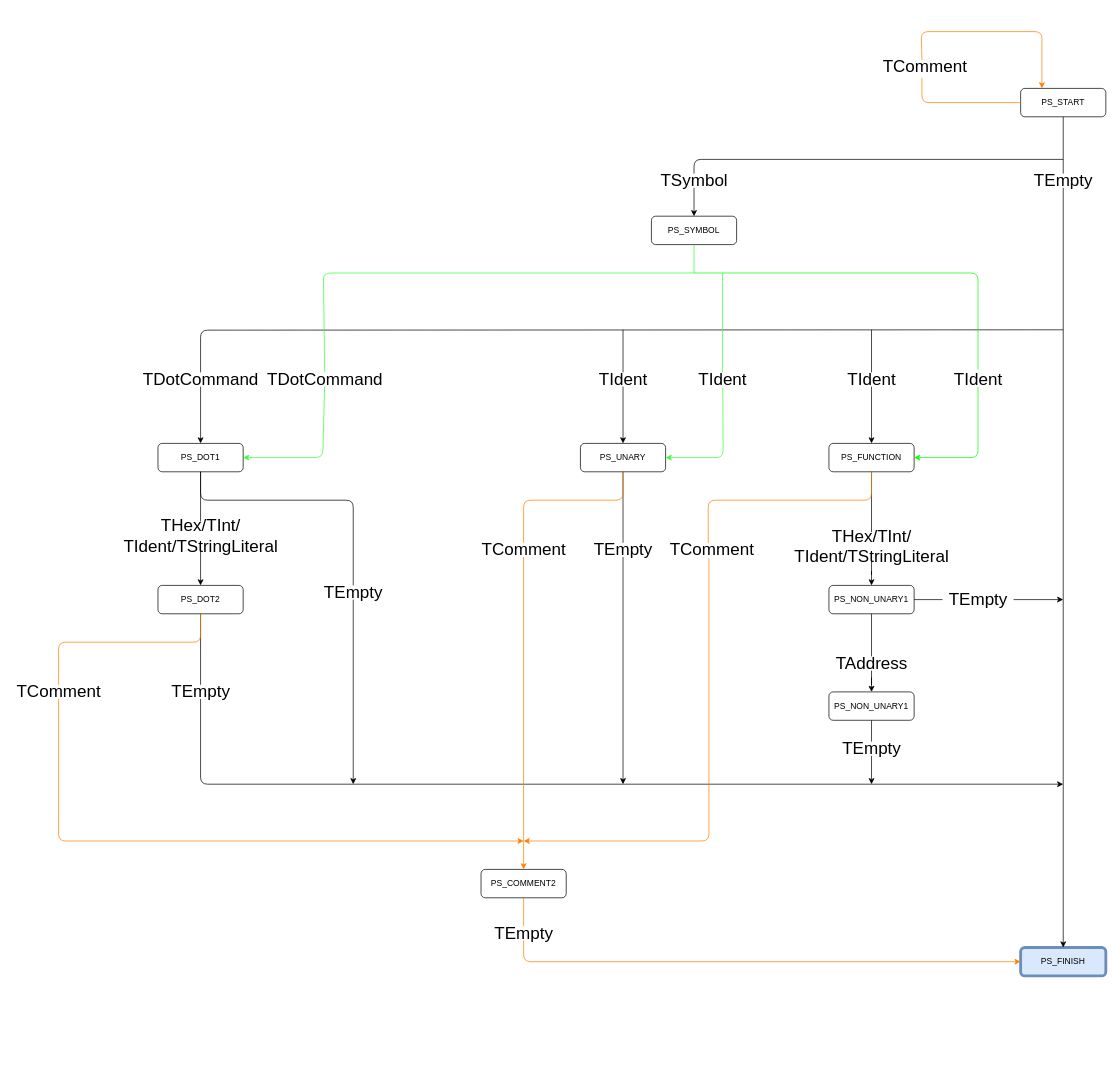
Before: page "Translator" (1 of 5) of docs/diagrams/Pep9Assembler.drawio in zackthomas1/Pep9Assembler, a draw.io diagram. Source tidied: cells renumbered, new cells numbered last; positions are measured from the earlier drawing's top-left corner, leaving out a move shared by most shapes. Both pictures are drawn from the tidied source at 71%, with x=0, y=0 at pixel (12, 31).
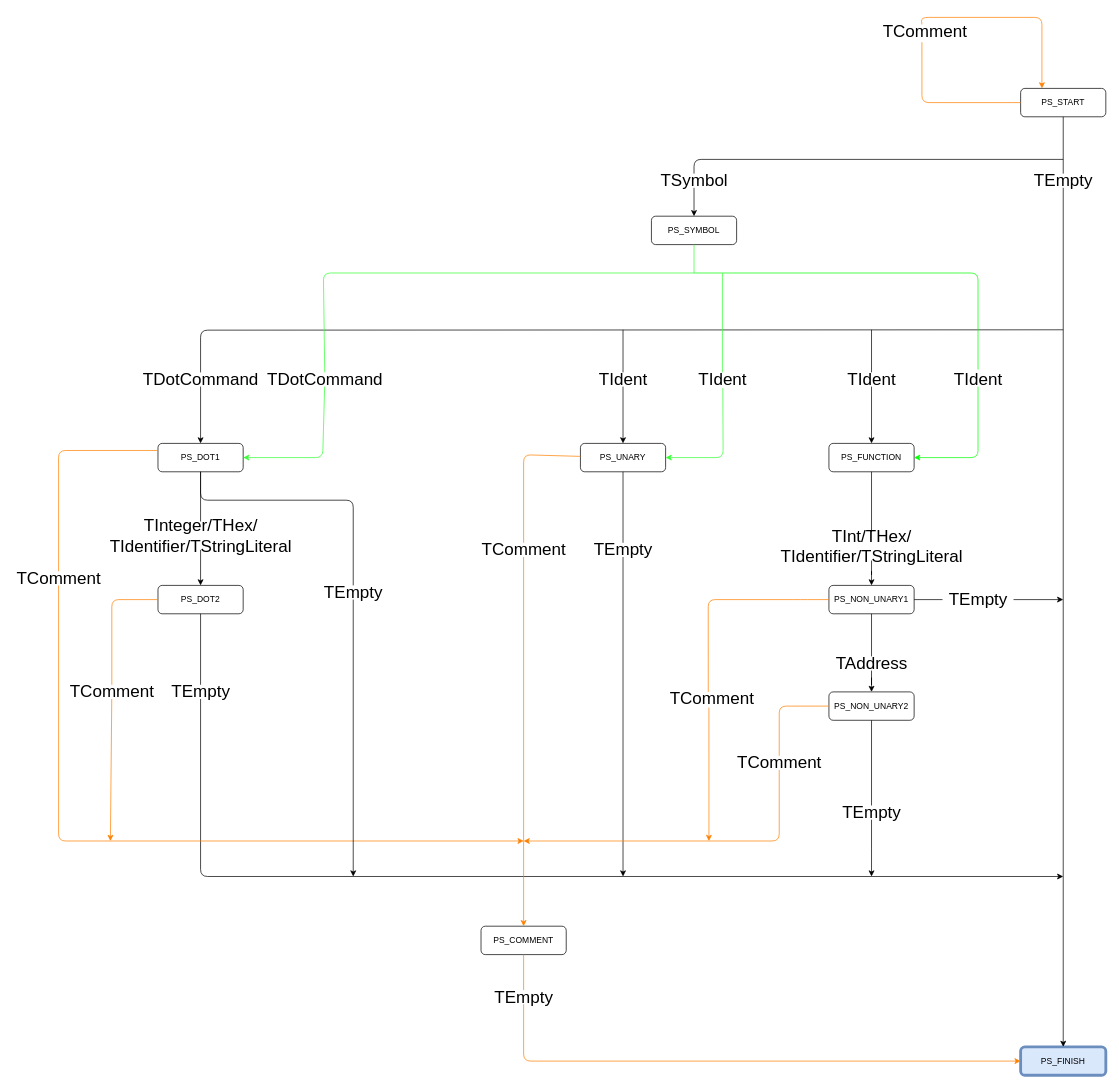
The same diagram, later.

Unchanged cells that the change refers to:
```xml
<mxCell id="2" value="PS_START" style="rounded=1;whiteSpace=wrap;html=1;fontSize=12;glass=0;strokeWidth=1;shadow=0;" parent="1" vertex="1">
  <mxGeometry x="1420" y="80" width="120" height="40" as="geometry" />
</mxCell>
<mxCell id="6" value="PS_DOT1" style="rounded=1;whiteSpace=wrap;html=1;fontSize=12;glass=0;strokeWidth=1;shadow=0;" parent="1" vertex="1">
  <mxGeometry x="205" y="580" width="120" height="40" as="geometry" />
</mxCell>
<mxCell id="9" value="PS_NON_UNARY1" style="rounded=1;whiteSpace=wrap;html=1;fontSize=12;glass=0;strokeWidth=1;shadow=0;" parent="1" vertex="1">
  <mxGeometry x="1150" y="780" width="120" height="40" as="geometry" />
</mxCell>
<mxCell id="11" value="PS_DOT2" style="rounded=1;whiteSpace=wrap;html=1;fontSize=12;glass=0;strokeWidth=1;shadow=0;" parent="1" vertex="1">
  <mxGeometry x="205" y="780" width="120" height="40" as="geometry" />
</mxCell>
<mxCell id="13" value="PS_UNARY" style="rounded=1;whiteSpace=wrap;html=1;fontSize=12;glass=0;strokeWidth=1;shadow=0;" parent="1" vertex="1">
  <mxGeometry x="800" y="580" width="120" height="40" as="geometry" />
</mxCell>
<mxCell id="43" value="&lt;font style=&quot;font-size: 24px&quot;&gt;TEmpty&lt;/font&gt;" style="text;html=1;align=center;verticalAlign=middle;points=[];strokeColor=none;" parent="1" vertex="1">
  <mxGeometry x="215" y="920" width="100" height="20" as="geometry" />
</mxCell>
<mxCell id="45" value="&lt;font style=&quot;font-size: 24px&quot;&gt;TEmpty&lt;/font&gt;" style="text;html=1;align=center;verticalAlign=middle;points=[];strokeColor=none;" parent="1" vertex="1">
  <mxGeometry x="810" y="720" width="100" height="20" as="geometry" />
</mxCell>
<mxCell id="62" value="&lt;font style=&quot;font-size: 24px&quot;&gt;TComment&lt;/font&gt;" style="text;html=1;align=center;verticalAlign=middle;points=[];strokeColor=none;" parent="1" vertex="1">
  <mxGeometry x="655" y="720" width="130" height="20" as="geometry" />
</mxCell>
<mxCell id="74" value="&lt;font style=&quot;font-size: 24px&quot;&gt;TEmpty&lt;/font&gt;" style="text;html=1;align=center;verticalAlign=middle;points=[];strokeColor=none;" parent="1" vertex="1">
  <mxGeometry x="430" y="780" width="100" height="20" as="geometry" />
</mxCell>
```

The edit, as a diff of the source:
```diff
@@
     <mxCell id="7" value="PS_FINISH" style="rounded=1;whiteSpace=wrap;html=1;fontSize=12;glass=0;strokeWidth=4;shadow=0;fillColor=#dae8fc;strokeColor=#6c8ebf;" parent="1" vertex="1">
-      <mxGeometry x="1420" y="1290" width="120" height="40" as="geometry" />
+      <mxGeometry x="1420" y="1430" width="120" height="40" as="geometry" />
     </mxCell>
@@
-    <mxCell id="10" value="PS_NON_UNARY1" style="rounded=1;whiteSpace=wrap;html=1;fontSize=12;glass=0;strokeWidth=1;shadow=0;" parent="1" vertex="1">
+    <mxCell id="10" value="PS_NON_UNARY2" style="rounded=1;whiteSpace=wrap;html=1;fontSize=12;glass=0;strokeWidth=1;shadow=0;" parent="1" vertex="1">
       <mxGeometry x="1150" y="930" width="120" height="40" as="geometry" />
     </mxCell>
@@
     <mxCell id="12" style="edgeStyle=orthogonalEdgeStyle;rounded=1;jettySize=auto;html=1;exitX=0.5;exitY=1;exitDx=0;exitDy=0;startArrow=none;" parent="1" edge="1" source="43">
       <mxGeometry relative="1" as="geometry">
-        <mxPoint x="1480" y="1060" as="targetPoint" />
+        <mxPoint x="1480" y="1190" as="targetPoint" />
         <Array as="points">
-          <mxPoint x="265" y="1060" />
-          <mxPoint x="1480" y="1060" />
+          <mxPoint x="265" y="1190" />
+          <mxPoint x="1480" y="1190" />
         </Array>
       </mxGeometry>
     </mxCell>
@@
-    <mxCell id="20" style="endArrow=classic;html=1;strokeColor=#FF8000;startArrow=none;" parent="1" edge="1" source="49">
+    <mxCell id="20" style="endArrow=classic;html=1;strokeColor=#FF8000;startArrow=none;" parent="1" edge="1" source="81">
       <mxGeometry relative="1" as="geometry">
         <mxPoint x="720" y="1140" as="targetPoint" />
         <Array as="points">
           <mxPoint x="65" y="1140" />
         </Array>
       </mxGeometry>
     </mxCell>
-    <mxCell id="21" value="PS_COMMENT2" style="rounded=1;whiteSpace=wrap;html=1;fontSize=12;glass=0;strokeWidth=1;shadow=0;" parent="1" vertex="1">
-      <mxGeometry x="660" y="1180" width="120" height="40" as="geometry" />
+    <mxCell id="21" value="PS_COMMENT" style="rounded=1;whiteSpace=wrap;html=1;fontSize=12;glass=0;strokeWidth=1;shadow=0;" parent="1" vertex="1">
+      <mxGeometry x="660" y="1260" width="120" height="40" as="geometry" />
     </mxCell>
@@
     <mxCell id="23" style="endArrow=classic;html=1;strokeColor=#000000;exitX=0.5;exitY=1;exitDx=0;exitDy=0;startArrow=none;" parent="1" edge="1" source="45">
       <mxGeometry relative="1" as="geometry">
-        <mxPoint x="860" y="1060" as="targetPoint" />
+        <mxPoint x="860" y="1190" as="targetPoint" />
       </mxGeometry>
     </mxCell>
-    <mxCell id="24" style="endArrow=classic;html=1;strokeColor=#000000;exitX=0.5;exitY=1;exitDx=0;exitDy=0;startArrow=none;" parent="1" edge="1" source="41">
-      <mxGeometry relative="1" as="geometry">
-        <mxPoint x="1210" y="1060" as="targetPoint" />
-      </mxGeometry>
-    </mxCell>
-    <mxCell id="25" style="endArrow=classic;html=1;exitX=0.5;exitY=1;exitDx=0;exitDy=0;strokeColor=#FF8000;startArrow=none;" parent="1" edge="1" source="54" target="7">
+    <mxCell id="25" style="endArrow=classic;html=1;strokeColor=#FF8000;startArrow=none;" parent="1" edge="1" source="54" target="7">
       <mxGeometry relative="1" as="geometry">
         <Array as="points">
-          <mxPoint x="720" y="1310" />
+          <mxPoint x="720" y="1450" />
         </Array>
       </mxGeometry>
     </mxCell>
     <mxCell id="26" style="endArrow=classic;html=1;strokeColor=#FF8000;startArrow=none;exitX=0.469;exitY=1.1;exitDx=0;exitDy=0;exitPerimeter=0;" parent="1" edge="1" source="56">
       <mxGeometry relative="1" as="geometry">
-        <mxPoint x="720" y="1140" as="targetPoint" />
-        <Array as="points">
-          <mxPoint x="981" y="1140" />
-        </Array>
+        <mxPoint x="981" y="1140" as="targetPoint" />
       </mxGeometry>
     </mxCell>
@@
-    <mxCell id="37" value="&lt;font style=&quot;font-size: 24px&quot;&gt;THex/TInt/&lt;br&gt;TIdent/TStringLiteral&lt;/font&gt;" style="text;html=1;align=center;verticalAlign=middle;points=[];strokeColor=none;" parent="1" vertex="1">
-      <mxGeometry x="1095" y="705" width="230" height="40" as="geometry" />
+    <mxCell id="37" value="&lt;span style=&quot;font-size: 24px&quot;&gt;TInt/&lt;/span&gt;&lt;span style=&quot;font-size: 24px&quot;&gt;THex/&lt;/span&gt;&lt;span style=&quot;font-size: 24px&quot;&gt;&lt;br&gt;&lt;/span&gt;&lt;span style=&quot;font-size: 24px&quot;&gt;TIdentifier/TStringLiteral&lt;/span&gt;" style="text;html=1;align=center;verticalAlign=middle;points=[];strokeColor=none;" parent="1" vertex="1">
+      <mxGeometry x="1075" y="705" width="270" height="40" as="geometry" />
     </mxCell>
@@
+    <mxCell id="76" style="edgeStyle=orthogonalEdgeStyle;rounded=0;jettySize=auto;html=1;" parent="1" edge="1" source="41">
+      <mxGeometry relative="1" as="geometry">
+        <mxPoint x="1210" y="1190" as="targetPoint" />
+      </mxGeometry>
+    </mxCell>
     <mxCell id="41" value="&lt;font style=&quot;font-size: 24px&quot;&gt;TEmpty&lt;/font&gt;" style="text;html=1;align=center;verticalAlign=middle;points=[];strokeColor=none;" parent="1" vertex="1">
-      <mxGeometry x="1160" y="1000" width="100" height="20" as="geometry" />
+      <mxGeometry x="1160" y="1090" width="100" height="20" as="geometry" />
     </mxCell>
@@
-    <mxCell id="47" value="&lt;span style=&quot;font-size: 24px&quot;&gt;THex/TInt/&lt;br&gt;&lt;/span&gt;&lt;span style=&quot;font-size: 24px&quot;&gt;TIdent/TStringLiteral&lt;/span&gt;" style="text;html=1;align=center;verticalAlign=middle;points=[];strokeColor=none;" parent="1" vertex="1">
-      <mxGeometry x="150" y="690" width="230" height="40" as="geometry" />
+    <mxCell id="47" value="&lt;span style=&quot;font-size: 24px&quot;&gt;TInteger/&lt;/span&gt;&lt;span style=&quot;font-size: 24px&quot;&gt;THex/&lt;/span&gt;&lt;span style=&quot;font-size: 24px&quot;&gt;&lt;br&gt;&lt;/span&gt;&lt;span style=&quot;font-size: 24px&quot;&gt;TIdentifier/TStringLiteral&lt;/span&gt;" style="text;html=1;align=center;verticalAlign=middle;points=[];strokeColor=none;" parent="1" vertex="1">
+      <mxGeometry x="130" y="690" width="270" height="40" as="geometry" />
     </mxCell>
@@
     <mxCell id="49" value="&lt;font style=&quot;font-size: 24px&quot;&gt;TComment&lt;/font&gt;" style="text;html=1;align=center;verticalAlign=middle;points=[];strokeColor=none;" parent="1" vertex="1">
-      <mxGeometry y="920" width="130" height="20" as="geometry" />
+      <mxGeometry x="75" y="920" width="130" height="20" as="geometry" />
     </mxCell>
-    <mxCell id="50" style="endArrow=none;html=1;strokeColor=#FF8000;entryX=0.5;entryY=0;entryDx=0;entryDy=0;startArrow=none;" parent="1" edge="1" source="11" target="49">
+    <mxCell id="50" style="endArrow=none;html=1;strokeColor=#FF8000;startArrow=none;" parent="1" edge="1" source="11" target="49">
       <mxGeometry relative="1" as="geometry">
         <Array as="points">
-          <mxPoint x="265" y="860" />
-          <mxPoint x="65" y="860" />
+          <mxPoint x="140" y="800" />
         </Array>
       </mxGeometry>
     </mxCell>
@@
     <mxCell id="54" value="&lt;font style=&quot;font-size: 24px&quot;&gt;TEmpty&lt;/font&gt;" style="text;html=1;align=center;verticalAlign=middle;points=[];strokeColor=none;" parent="1" vertex="1">
-      <mxGeometry x="670" y="1260" width="100" height="20" as="geometry" />
+      <mxGeometry x="670" y="1350" width="100" height="20" as="geometry" />
     </mxCell>
@@
     <mxCell id="56" value="&lt;font style=&quot;font-size: 24px&quot;&gt;TComment&lt;/font&gt;" style="text;html=1;align=center;verticalAlign=middle;points=[];strokeColor=none;" parent="1" vertex="1">
-      <mxGeometry x="920" y="720" width="130" height="20" as="geometry" />
+      <mxGeometry x="920" y="930" width="130" height="20" as="geometry" />
     </mxCell>
-    <mxCell id="57" style="endArrow=none;html=1;strokeColor=#FF8000;entryX=0.462;entryY=0;entryDx=0;entryDy=0;entryPerimeter=0;" parent="1" edge="1" target="56">
+    <mxCell id="57" style="endArrow=none;html=1;strokeColor=#FF8000;entryX=0.462;entryY=0;entryDx=0;entryDy=0;entryPerimeter=0;" parent="1" edge="1" source="9" target="56">
       <mxGeometry relative="1" as="geometry">
-        <mxPoint x="1210" y="620" as="sourcePoint" />
         <Array as="points">
-          <mxPoint x="1210" y="660" />
-          <mxPoint x="980" y="660" />
+          <mxPoint x="1110" y="800" />
+          <mxPoint x="980" y="800" />
         </Array>
       </mxGeometry>
     </mxCell>
@@
-    <mxCell id="63" style="endArrow=none;html=1;strokeColor=#FF8000;exitX=0.5;exitY=1;exitDx=0;exitDy=0;" parent="1" edge="1" source="13" target="62">
+    <mxCell id="63" style="endArrow=none;html=1;strokeColor=#FF8000;" parent="1" edge="1" source="13" target="62">
       <mxGeometry relative="1" as="geometry">
         <Array as="points">
-          <mxPoint x="860" y="660" />
-          <mxPoint x="720" y="660" />
+          <mxPoint x="720" y="596" />
         </Array>
       </mxGeometry>
     </mxCell>
     <mxCell id="64" style="endArrow=classic;html=1;strokeColor=#FF8000;exitX=0.469;exitY=0;exitDx=0;exitDy=0;entryX=0.25;entryY=0;entryDx=0;entryDy=0;startArrow=none;exitPerimeter=0;" parent="1" edge="1" source="65" target="2">
       <mxGeometry relative="1" as="geometry">
         <Array as="points">
-          <mxPoint x="1280" />
-          <mxPoint x="1450" />
+          <mxPoint x="1280" y="-20" />
+          <mxPoint x="1450" y="-20" />
         </Array>
       </mxGeometry>
     </mxCell>
     <mxCell id="65" value="&lt;font style=&quot;font-size: 24px&quot;&gt;TComment&lt;/font&gt;" style="text;html=1;align=center;verticalAlign=middle;points=[];strokeColor=none;" parent="1" vertex="1">
-      <mxGeometry x="1220" y="40" width="130" height="20" as="geometry" />
+      <mxGeometry x="1220" y="-10" width="130" height="20" as="geometry" />
     </mxCell>
@@
     <mxCell id="73" style="endArrow=classic;html=1;exitX=0.5;exitY=1;exitDx=0;exitDy=0;startArrow=none;" parent="1" edge="1" source="74">
       <mxGeometry relative="1" as="geometry">
-        <mxPoint x="480" y="1060" as="targetPoint" />
+        <mxPoint x="480" y="1190" as="targetPoint" />
       </mxGeometry>
     </mxCell>
@@
+    <mxCell id="77" style="endArrow=classic;html=1;strokeColor=#FF8000;startArrow=none;" parent="1" edge="1" source="78">
+      <mxGeometry relative="1" as="geometry">
+        <mxPoint x="720" y="1140" as="targetPoint" />
+        <Array as="points">
+          <mxPoint x="1080" y="1140" />
+        </Array>
+      </mxGeometry>
+    </mxCell>
+    <mxCell id="78" value="&lt;font style=&quot;font-size: 24px&quot;&gt;TComment&lt;/font&gt;" style="text;html=1;align=center;verticalAlign=middle;points=[];strokeColor=none;" parent="1" vertex="1">
+      <mxGeometry x="1015" y="1020" width="130" height="20" as="geometry" />
+    </mxCell>
+    <mxCell id="79" style="endArrow=none;html=1;strokeColor=#FF8000;startArrow=none;" parent="1" edge="1" source="10" target="78">
+      <mxGeometry relative="1" as="geometry">
+        <Array as="points">
+          <mxPoint x="1080" y="950" />
+        </Array>
+      </mxGeometry>
+    </mxCell>
+    <mxCell id="80" style="endArrow=classic;html=1;strokeColor=#FF8000;startArrow=none;" parent="1" edge="1" source="49">
+      <mxGeometry relative="1" as="geometry">
+        <mxPoint x="138" y="1140" as="targetPoint" />
+      </mxGeometry>
+    </mxCell>
+    <mxCell id="81" value="&lt;font style=&quot;font-size: 24px&quot;&gt;TComment&lt;/font&gt;" style="text;html=1;align=center;verticalAlign=middle;points=[];strokeColor=none;" parent="1" vertex="1">
+      <mxGeometry y="760" width="130" height="20" as="geometry" />
+    </mxCell>
+    <mxCell id="82" style="endArrow=none;html=1;strokeColor=#FF8000;startArrow=none;exitX=0;exitY=0.25;exitDx=0;exitDy=0;" parent="1" edge="1" source="6" target="81">
+      <mxGeometry relative="1" as="geometry">
+        <Array as="points">
+          <mxPoint x="65" y="590" />
+        </Array>
+      </mxGeometry>
+    </mxCell>
```
